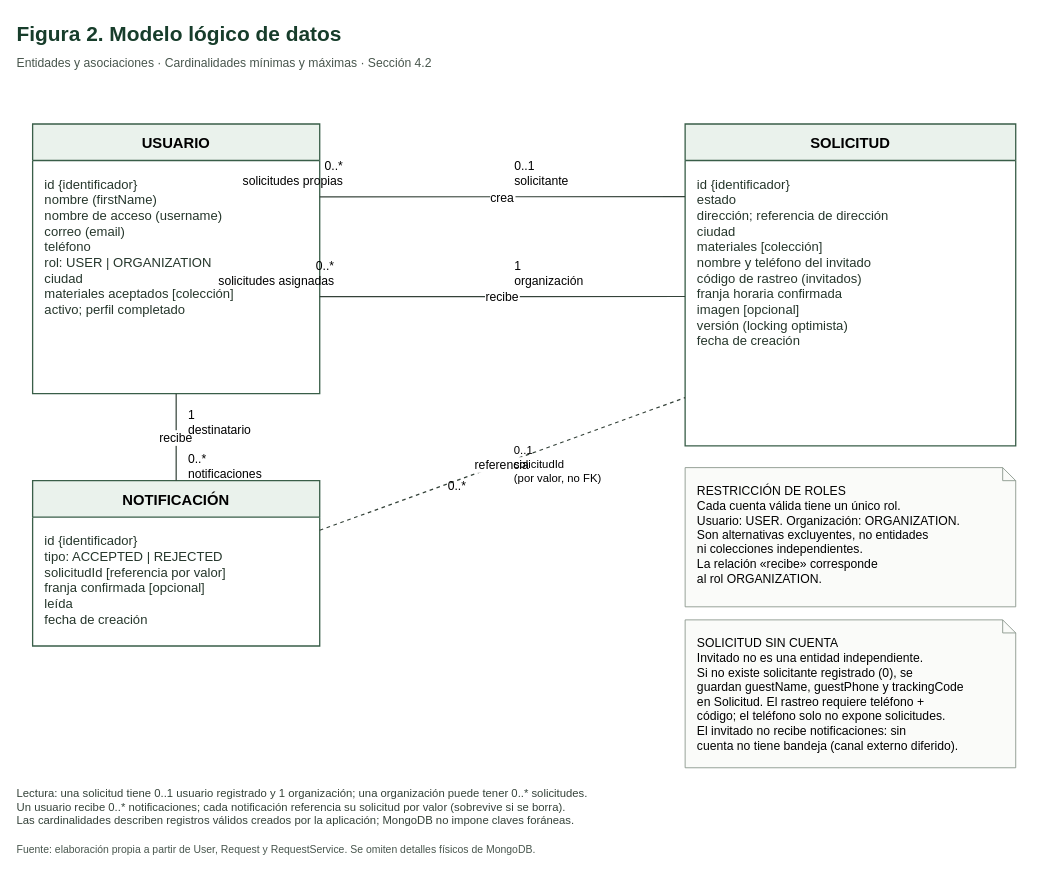
Earlier version of the draw.io diagram docs/diagrams/figura2-modelo-logico.drawio (fedegonc/residuosolido). Source tidied: cells renumbered, new cells numbered last; positions are measured from the earlier drawing's top-left corner, leaving out a move shared by most shapes. Both pictures are drawn from the tidied source at 87%, with x=0, y=0 at pixel (15, 15).
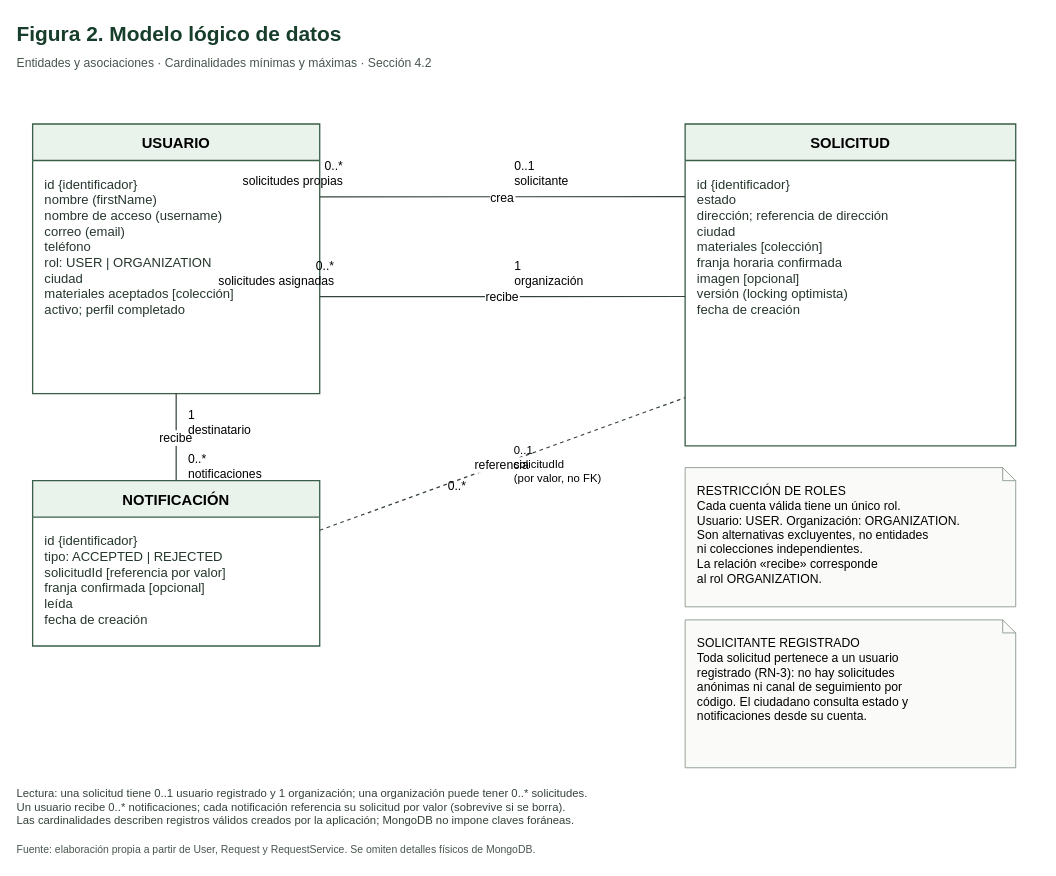
After the change.

Unchanged cells that the change refers to:
```xml
<mxCell id="6" value="SOLICITUD" style="swimlane;startSize=42;horizontal=1;rounded=0;html=0;fontFamily=Helvetica;fontSize=17;fontStyle=1;fillColor=#eaf2ec;swimlaneFillColor=#ffffff;strokeColor=#395e48;strokeWidth=1.5;" parent="1" vertex="1">
  <mxGeometry x="770" y="125" width="380" height="370" as="geometry" />
</mxCell>
```

Diff of the diagram source:
```diff
@@
-    <mxCell id="7" value="id {identificador}&#10;estado&#10;dirección; referencia de dirección&#10;ciudad&#10;materiales [colección]&#10;nombre y teléfono del invitado&#10;código de rastreo (invitados)&#10;franja horaria confirmada&#10;imagen [opcional]&#10;versión (locking optimista)&#10;fecha de creación" style="text;html=0;whiteSpace=wrap;align=left;verticalAlign=top;spacing=14;fontFamily=Helvetica;fontSize=15;fontColor=#25362b;" parent="6" vertex="1">
+    <mxCell id="7" value="id {identificador}&#10;estado&#10;dirección; referencia de dirección&#10;ciudad&#10;materiales [colección]&#10;franja horaria confirmada&#10;imagen [opcional]&#10;versión (locking optimista)&#10;fecha de creación" style="text;html=0;whiteSpace=wrap;align=left;verticalAlign=top;spacing=14;fontFamily=Helvetica;fontSize=15;fontColor=#25362b;" parent="6" vertex="1">
       <mxGeometry y="42" width="380" height="328" as="geometry" />
     </mxCell>
@@
-    <mxCell id="23" value="SOLICITUD SIN CUENTA&#10;Invitado no es una entidad independiente.&#10;Si no existe solicitante registrado (0), se&#10;guardan guestName, guestPhone y trackingCode&#10;en Solicitud. El rastreo requiere teléfono +&#10;código; el teléfono solo no expone solicitudes.&#10;El invitado no recibe notificaciones: sin&#10;cuenta no tiene bandeja (canal externo diferido)." style="shape=note;size=15;whiteSpace=wrap;html=0;align=left;verticalAlign=top;spacing=14;fontFamily=Helvetica;fontSize=14;fillColor=#fafbf9;strokeColor=#87948a;" parent="1" vertex="1">
+    <mxCell id="23" value="SOLICITANTE REGISTRADO&#10;Toda solicitud pertenece a un usuario&#10;registrado (RN-3): no hay solicitudes&#10;anónimas ni canal de seguimiento por&#10;código. El ciudadano consulta estado y&#10;notificaciones desde su cuenta.&#10;" style="shape=note;size=15;whiteSpace=wrap;html=0;align=left;verticalAlign=top;spacing=14;fontFamily=Helvetica;fontSize=14;fillColor=#fafbf9;strokeColor=#87948a;" parent="1" vertex="1">
       <mxGeometry x="770" y="695" width="380" height="170" as="geometry" />
     </mxCell>
```
